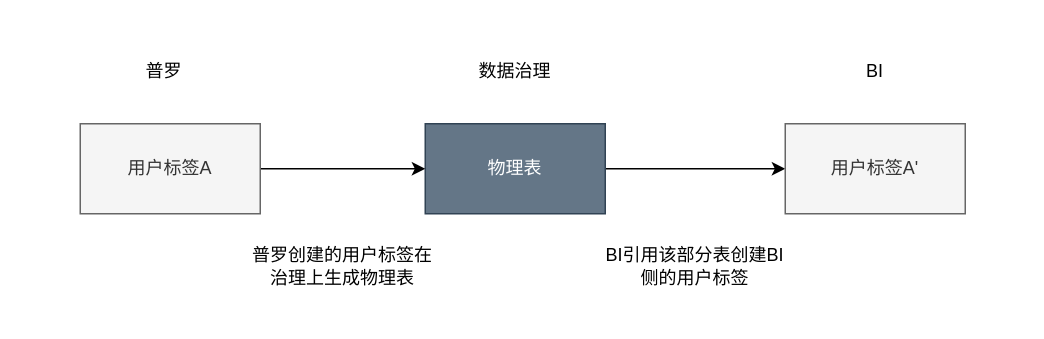
Earlier version of the draw.io diagram page "第 2 页" (2 of 2) of 游戏数据模型.drawio (yangbe/diagrams). Source tidied: cells renumbered, new cells numbered last; positions are measured from the earlier drawing's top-left corner, leaving out a move shared by most shapes. Both pictures are drawn from the tidied source at 150%, with x=0, y=0 at pixel (80, 48).
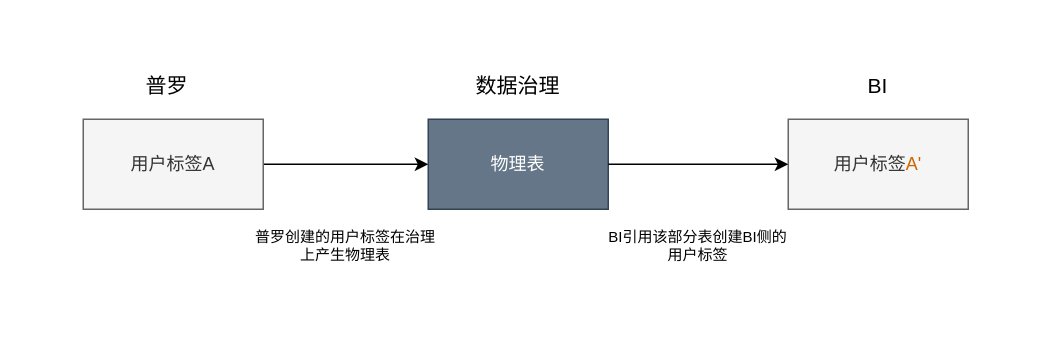
Above is the later version.

Commit message:
更新游戏数据模型.drawio

Change to the diagram source:
```diff
@@
 <mxGraphModel>
   <root>
     <mxCell id="0" />
     <mxCell id="1" parent="0" />
-    <mxCell id="2" style="edgeStyle=orthogonalEdgeStyle;rounded=0;jettySize=auto;html=1;exitX=1;exitY=0.5;exitDx=0;exitDy=0;entryX=0;entryY=0.5;entryDx=0;entryDy=0;" parent="1" edge="1" source="3" target="9">
-      <mxGeometry relative="1" as="geometry" />
-    </mxCell>
+    <mxCell id="12" style="group;" parent="1" vertex="1">
+      <mxGeometry x="-36" y="-15" width="662" height="192" as="geometry" />
+    </mxCell>
-    <mxCell id="3" value="物理表" style="rounded=0;whiteSpace=wrap;html=1;fillColor=#647687;strokeColor=#314354;fontColor=#ffffff;" parent="1" vertex="1">
-      <mxGeometry x="230" y="50" width="120" height="60" as="geometry" />
+    <mxCell id="3" value="物理表" style="rounded=0;whiteSpace=wrap;html=1;fillColor=#647687;strokeColor=#314354;fontColor=#ffffff;" parent="12" vertex="1">
+      <mxGeometry x="268" y="62" width="120" height="60" as="geometry" />
     </mxCell>
-    <mxCell id="4" value="数据治理" style="text;html=1;strokeColor=none;fillColor=none;align=center;verticalAlign=middle;whiteSpace=wrap;rounded=0;" parent="1" vertex="1">
-      <mxGeometry x="260" width="60" height="30" as="geometry" />
+    <mxCell id="4" value="数据治理" style="text;html=1;strokeColor=none;fillColor=none;align=center;verticalAlign=middle;whiteSpace=wrap;rounded=0;fontSize=14;" parent="12" vertex="1">
+      <mxGeometry x="298" y="25" width="60" height="30" as="geometry" />
     </mxCell>
-    <mxCell id="5" value="普罗" style="text;html=1;strokeColor=none;fillColor=none;align=center;verticalAlign=middle;whiteSpace=wrap;rounded=0;" parent="1" vertex="1">
-      <mxGeometry x="26" width="60" height="30" as="geometry" />
+    <mxCell id="5" value="普罗" style="text;html=1;strokeColor=none;fillColor=none;align=center;verticalAlign=middle;whiteSpace=wrap;rounded=0;fontSize=14;" parent="12" vertex="1">
+      <mxGeometry x="64" y="25" width="60" height="30" as="geometry" />
     </mxCell>
-    <mxCell id="6" value="BI" style="text;html=1;strokeColor=none;fillColor=none;align=center;verticalAlign=middle;whiteSpace=wrap;rounded=0;" parent="1" vertex="1">
-      <mxGeometry x="500" width="60" height="30" as="geometry" />
+    <mxCell id="6" value="BI" style="text;html=1;strokeColor=none;fillColor=none;align=center;verticalAlign=middle;whiteSpace=wrap;rounded=0;fontSize=14;" parent="12" vertex="1">
+      <mxGeometry x="538" y="25" width="60" height="30" as="geometry" />
     </mxCell>
-    <mxCell id="7" style="edgeStyle=orthogonalEdgeStyle;rounded=0;jettySize=auto;html=1;exitX=1;exitY=0.5;exitDx=0;exitDy=0;entryX=0;entryY=0.5;entryDx=0;entryDy=0;" parent="1" edge="1" source="8" target="3">
+    <mxCell id="7" style="edgeStyle=orthogonalEdgeStyle;rounded=0;jettySize=auto;html=1;exitX=1;exitY=0.5;exitDx=0;exitDy=0;entryX=0;entryY=0.5;entryDx=0;entryDy=0;" parent="12" edge="1" source="8" target="3">
       <mxGeometry relative="1" as="geometry" />
     </mxCell>
-    <mxCell id="8" value="用户标签A" style="rounded=0;whiteSpace=wrap;html=1;fillColor=#f5f5f5;strokeColor=#666666;fontColor=#333333;" parent="1" vertex="1">
-      <mxGeometry y="50" width="120" height="60" as="geometry" />
+    <mxCell id="8" value="用户标签A" style="rounded=0;whiteSpace=wrap;html=1;fillColor=#f5f5f5;strokeColor=#666666;fontColor=#333333;" parent="12" vertex="1">
+      <mxGeometry x="38" y="62" width="120" height="60" as="geometry" />
     </mxCell>
-    <mxCell id="9" value="用户标签A'" style="rounded=0;whiteSpace=wrap;html=1;fillColor=#f5f5f5;strokeColor=#666666;fontColor=#333333;" parent="1" vertex="1">
-      <mxGeometry x="470" y="50" width="120" height="60" as="geometry" />
+    <mxCell id="9" value="用户标签&lt;font color=&quot;#cc6600&quot;&gt;A'&lt;/font&gt;" style="rounded=0;whiteSpace=wrap;html=1;fillColor=#f5f5f5;strokeColor=#666666;fontColor=#333333;" parent="12" vertex="1">
+      <mxGeometry x="508" y="62" width="120" height="60" as="geometry" />
     </mxCell>
+    <mxCell id="2" style="edgeStyle=orthogonalEdgeStyle;rounded=0;jettySize=auto;html=1;exitX=1;exitY=0.5;exitDx=0;exitDy=0;entryX=0;entryY=0.5;entryDx=0;entryDy=0;" parent="12" edge="1" source="3" target="9">
+      <mxGeometry relative="1" as="geometry" />
+    </mxCell>
-    <mxCell id="10" value="普罗创建的用户标签在治理上生成物理表" style="text;html=1;strokeColor=none;fillColor=none;align=center;verticalAlign=middle;whiteSpace=wrap;rounded=0;" parent="1" vertex="1">
-      <mxGeometry x="110" y="130" width="130" height="30" as="geometry" />
+    <mxCell id="10" value="普罗创建的用户标签在治理上产生物理表" style="text;html=1;strokeColor=none;fillColor=none;align=center;verticalAlign=middle;whiteSpace=wrap;rounded=0;fontSize=10;" parent="12" vertex="1">
+      <mxGeometry x="148" y="131" width="130" height="30" as="geometry" />
     </mxCell>
-    <mxCell id="11" value="BI引用该部分表创建BI侧的用户标签" style="text;html=1;strokeColor=none;fillColor=none;align=center;verticalAlign=middle;whiteSpace=wrap;rounded=0;" parent="1" vertex="1">
-      <mxGeometry x="345" y="130" width="130" height="30" as="geometry" />
+    <mxCell id="11" value="BI引用该部分表创建BI侧的用户标签" style="text;html=1;strokeColor=none;fillColor=none;align=center;verticalAlign=middle;whiteSpace=wrap;rounded=0;fontSize=10;" parent="12" vertex="1">
+      <mxGeometry x="383" y="131" width="130" height="30" as="geometry" />
     </mxCell>
   </root>
 </mxGraphModel>
```
